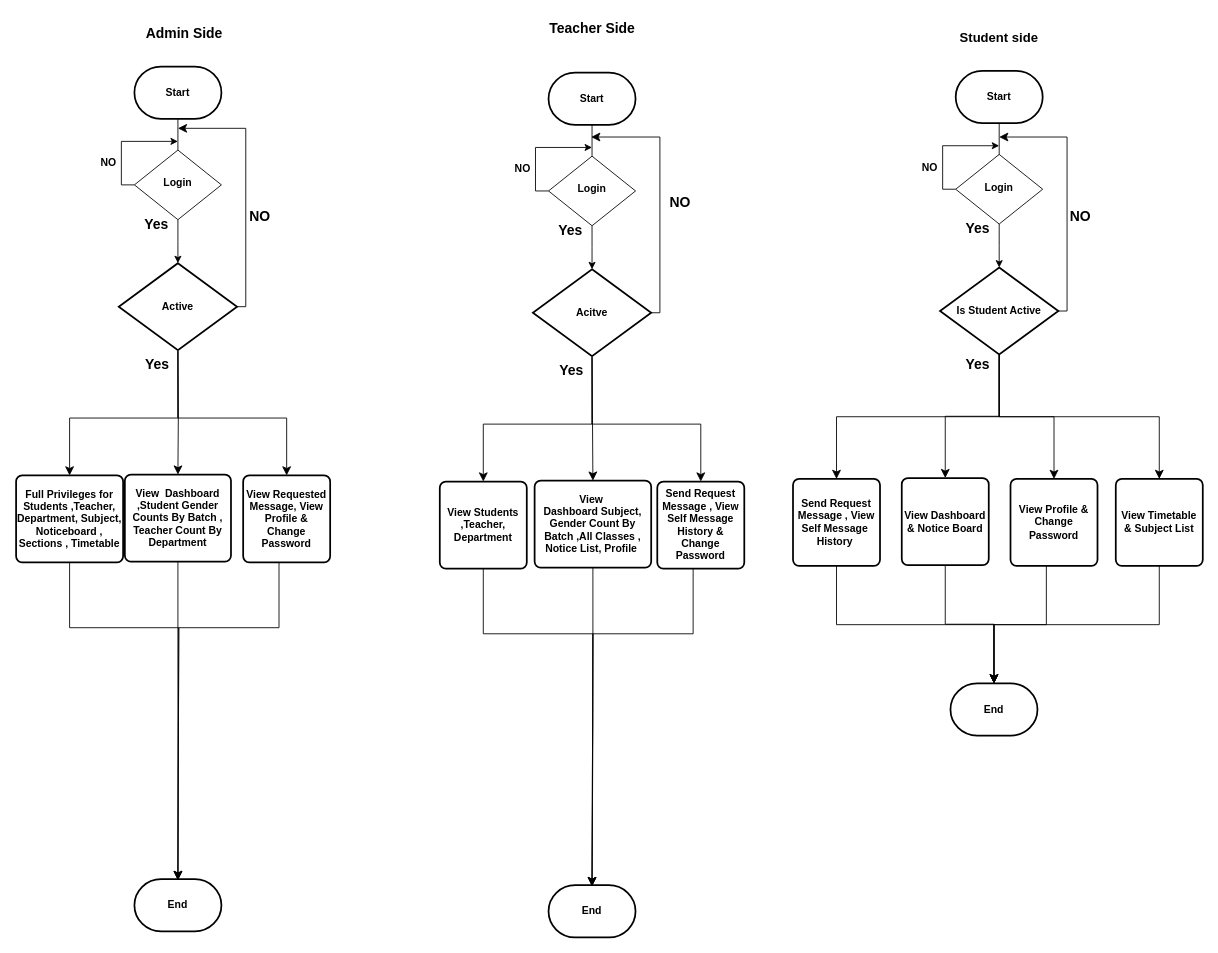
The draw.io diagram Untitled Diagram.drawio in KhunMaungNgwee/InternShipProject, before the edit. Source tidied: cells renumbered, new cells numbered last; positions are measured from the earlier drawing's top-left corner, leaving out a move shared by most shapes. Both pictures are drawn from the tidied source at 87%, with x=0, y=0 at pixel (16, 15).
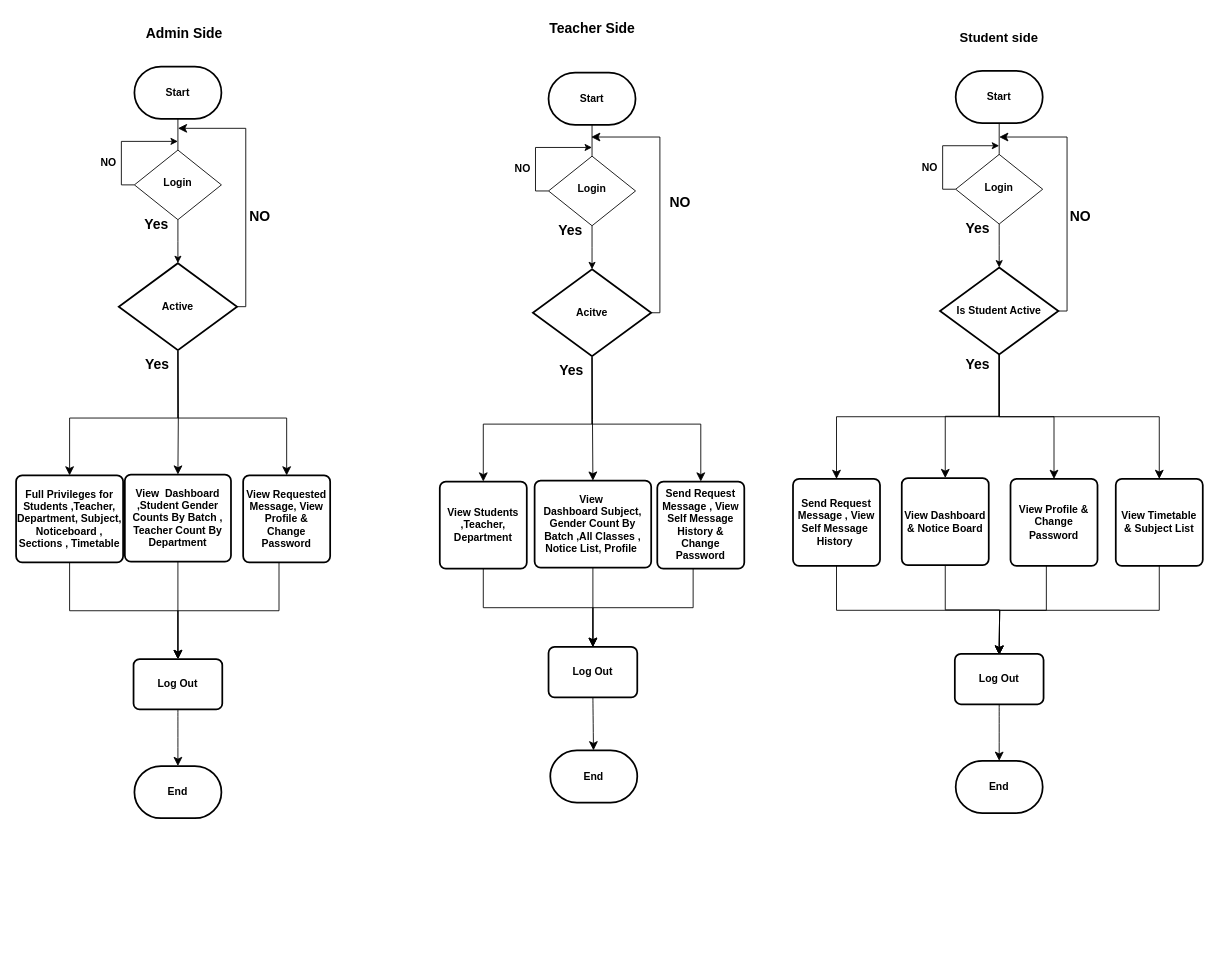
After the change.

The change refers to these unchanged cells:
```xml
<mxCell id="2" value="&lt;b&gt;View Dashboard&lt;/b&gt;&lt;div&gt;&lt;b&gt;&amp;amp; Notice Board&lt;/b&gt;&lt;/div&gt;" style="rounded=1;whiteSpace=wrap;html=1;absoluteArcSize=1;arcSize=14;strokeWidth=2;" parent="1" vertex="1">
  <mxGeometry x="1018" y="532" width="100" height="100" as="geometry" />
</mxCell>
<mxCell id="14" value="&lt;b&gt;Send Request Message , View Self Message&amp;nbsp; History&amp;nbsp;&lt;/b&gt;" style="rounded=1;whiteSpace=wrap;html=1;absoluteArcSize=1;arcSize=14;strokeWidth=2;" parent="1" vertex="1">
  <mxGeometry x="893" y="533" width="100" height="100" as="geometry" />
</mxCell>
<mxCell id="15" value="&lt;div&gt;&lt;b&gt;View Profile &amp;amp;&lt;/b&gt;&lt;/div&gt;&lt;b&gt;Change Password&lt;/b&gt;" style="rounded=1;whiteSpace=wrap;html=1;absoluteArcSize=1;arcSize=14;strokeWidth=2;" parent="1" vertex="1">
  <mxGeometry x="1143" y="533" width="100" height="100" as="geometry" />
</mxCell>
<mxCell id="17" value="&lt;b&gt;View Timetable&lt;/b&gt;&lt;div&gt;&lt;b&gt;&amp;amp; Subject List&lt;/b&gt;&lt;/div&gt;" style="rounded=1;whiteSpace=wrap;html=1;absoluteArcSize=1;arcSize=14;strokeWidth=2;" parent="1" vertex="1">
  <mxGeometry x="1264" y="533" width="100" height="100" as="geometry" />
</mxCell>
<mxCell id="26" value="&lt;b&gt;View&amp;nbsp; Dashboard&amp;nbsp;&lt;/b&gt;&lt;b&gt;Subject, Gender Count By Batch&amp;nbsp;&lt;/b&gt;&lt;b&gt;,All Classes , Notice List, Profile&amp;nbsp;&lt;/b&gt;" style="rounded=1;whiteSpace=wrap;html=1;absoluteArcSize=1;arcSize=14;strokeWidth=2;" parent="1" vertex="1">
  <mxGeometry x="596" y="535" width="134" height="100" as="geometry" />
</mxCell>
<mxCell id="37" value="&lt;b&gt;View Students ,Teacher, Department&lt;/b&gt;" style="rounded=1;whiteSpace=wrap;html=1;absoluteArcSize=1;arcSize=14;strokeWidth=2;" parent="1" vertex="1">
  <mxGeometry x="487" y="536" width="100" height="100" as="geometry" />
</mxCell>
<mxCell id="38" value="&lt;div&gt;&lt;b&gt;Send Request Message , View Self Message History &amp;amp;&lt;/b&gt;&lt;/div&gt;&lt;b&gt;Change Password&lt;/b&gt;" style="rounded=1;whiteSpace=wrap;html=1;absoluteArcSize=1;arcSize=14;strokeWidth=2;" parent="1" vertex="1">
  <mxGeometry x="737" y="536" width="100" height="100" as="geometry" />
</mxCell>
<mxCell id="46" value="&lt;b&gt;View&amp;nbsp; Dashboard ,Student Gender Counts By Batch , Teacher Count By Department&lt;/b&gt;" style="rounded=1;whiteSpace=wrap;html=1;absoluteArcSize=1;arcSize=14;strokeWidth=2;" parent="1" vertex="1">
  <mxGeometry x="125" y="528" width="122" height="100" as="geometry" />
</mxCell>
<mxCell id="57" value="&lt;b&gt;Full Privileges for Students ,Teacher, Department, Subject, Noticeboard , Sections , Timetable&lt;/b&gt;" style="rounded=1;whiteSpace=wrap;html=1;absoluteArcSize=1;arcSize=14;strokeWidth=2;" parent="1" vertex="1">
  <mxGeometry y="529" width="123" height="100" as="geometry" />
</mxCell>
<mxCell id="58" value="&lt;div&gt;&lt;b&gt;View Requested Message, View Profile &amp;amp;&lt;/b&gt;&lt;/div&gt;&lt;b&gt;Change Password&lt;/b&gt;" style="rounded=1;whiteSpace=wrap;html=1;absoluteArcSize=1;arcSize=14;strokeWidth=2;" parent="1" vertex="1">
  <mxGeometry x="261" y="529" width="100" height="100" as="geometry" />
</mxCell>
```

Diff of the diagram source:
```diff
@@
-    <mxCell id="21" value="&lt;b&gt;End&lt;/b&gt;" style="strokeWidth=2;html=1;shape=mxgraph.flowchart.terminator;whiteSpace=wrap;" parent="1" vertex="1">
-      <mxGeometry x="1074" y="768" width="100" height="60" as="geometry" />
-    </mxCell>
-    <mxCell id="22" style="endArrow=classic;html=1;rounded=0;fontSize=12;startSize=8;endSize=8;entryX=0.5;entryY=0;entryDx=0;entryDy=0;entryPerimeter=0;exitX=0.5;exitY=1;exitDx=0;exitDy=0;edgeStyle=orthogonalEdgeStyle;" parent="1" edge="1" source="14" target="21">
-      <mxGeometry relative="1" as="geometry" />
+    <mxCell id="22" style="endArrow=classic;html=1;rounded=0;fontSize=12;startSize=8;endSize=8;entryX=0.5;entryY=0;entryDx=0;entryDy=0;entryPerimeter=0;exitX=0.5;exitY=1;exitDx=0;exitDy=0;edgeStyle=orthogonalEdgeStyle;" parent="1" edge="1" source="14">
+      <mxGeometry relative="1" as="geometry">
+        <mxPoint x="1130" y="735" as="targetPoint" />
+      </mxGeometry>
     </mxCell>
-    <mxCell id="23" style="endArrow=classic;html=1;rounded=0;fontSize=12;startSize=8;endSize=8;entryX=0.5;entryY=0;entryDx=0;entryDy=0;entryPerimeter=0;exitX=0.5;exitY=1;exitDx=0;exitDy=0;edgeStyle=orthogonalEdgeStyle;" parent="1" edge="1" source="17" target="21">
-      <mxGeometry relative="1" as="geometry" />
+    <mxCell id="23" style="endArrow=classic;html=1;rounded=0;fontSize=12;startSize=8;endSize=8;entryX=0.5;entryY=0;entryDx=0;entryDy=0;entryPerimeter=0;exitX=0.5;exitY=1;exitDx=0;exitDy=0;edgeStyle=orthogonalEdgeStyle;" parent="1" edge="1" source="17">
+      <mxGeometry relative="1" as="geometry">
+        <mxPoint x="1130" y="735" as="targetPoint" />
+      </mxGeometry>
     </mxCell>
-    <mxCell id="24" style="endArrow=classic;html=1;rounded=0;fontSize=12;startSize=8;endSize=8;entryX=0.5;entryY=0;entryDx=0;entryDy=0;entryPerimeter=0;exitX=0.5;exitY=1;exitDx=0;exitDy=0;edgeStyle=orthogonalEdgeStyle;" parent="1" edge="1" source="2" target="21">
-      <mxGeometry relative="1" as="geometry" />
+    <mxCell id="24" style="endArrow=classic;html=1;rounded=0;fontSize=12;startSize=8;endSize=8;entryX=0.5;entryY=0;entryDx=0;entryDy=0;entryPerimeter=0;exitX=0.5;exitY=1;exitDx=0;exitDy=0;edgeStyle=orthogonalEdgeStyle;" parent="1" edge="1" source="2">
+      <mxGeometry relative="1" as="geometry">
+        <mxPoint x="1130" y="735" as="targetPoint" />
+      </mxGeometry>
     </mxCell>
-    <mxCell id="25" style="endArrow=classic;html=1;rounded=0;fontSize=12;startSize=8;endSize=8;entryX=0.5;entryY=0;entryDx=0;entryDy=0;entryPerimeter=0;exitX=0.412;exitY=0.999;exitDx=0;exitDy=0;exitPerimeter=0;edgeStyle=orthogonalEdgeStyle;" parent="1" edge="1" source="15" target="21">
-      <mxGeometry relative="1" as="geometry" />
+    <mxCell id="25" style="endArrow=classic;html=1;rounded=0;fontSize=12;startSize=8;endSize=8;entryX=0.5;entryY=0;entryDx=0;entryDy=0;entryPerimeter=0;exitX=0.412;exitY=0.999;exitDx=0;exitDy=0;exitPerimeter=0;edgeStyle=orthogonalEdgeStyle;" parent="1" edge="1" source="15">
+      <mxGeometry relative="1" as="geometry">
+        <mxPoint x="1130" y="735" as="targetPoint" />
+      </mxGeometry>
     </mxCell>
@@
-    <mxCell id="41" value="&lt;b&gt;End&lt;/b&gt;" style="strokeWidth=2;html=1;shape=mxgraph.flowchart.terminator;whiteSpace=wrap;" parent="1" vertex="1">
-      <mxGeometry x="612" y="1000" width="100" height="60" as="geometry" />
-    </mxCell>
-    <mxCell id="42" style="endArrow=classic;html=1;rounded=0;fontSize=12;startSize=8;endSize=8;entryX=0.5;entryY=0;entryDx=0;entryDy=0;entryPerimeter=0;exitX=0.5;exitY=1;exitDx=0;exitDy=0;edgeStyle=orthogonalEdgeStyle;" parent="1" edge="1" source="37">
-      <mxGeometry relative="1" as="geometry">
-        <mxPoint x="662" y="1001" as="targetPoint" />
-        <Array as="points">
-          <mxPoint x="537" y="711" />
-          <mxPoint x="663" y="711" />
-        </Array>
-      </mxGeometry>
+    <mxCell id="42" style="endArrow=classic;html=1;rounded=0;fontSize=12;startSize=8;endSize=8;entryX=0.5;entryY=0;entryDx=0;entryDy=0;exitX=0.5;exitY=1;exitDx=0;exitDy=0;edgeStyle=orthogonalEdgeStyle;" parent="1" edge="1" source="37" target="74">
+      <mxGeometry relative="1" as="geometry" />
     </mxCell>
-    <mxCell id="43" style="endArrow=classic;html=1;rounded=0;fontSize=12;startSize=8;endSize=8;entryX=0.5;entryY=0;entryDx=0;entryDy=0;entryPerimeter=0;exitX=0.5;exitY=1;exitDx=0;exitDy=0;edgeStyle=orthogonalEdgeStyle;" parent="1" edge="1" source="26">
-      <mxGeometry relative="1" as="geometry">
-        <mxPoint x="662" y="1001" as="targetPoint" />
-      </mxGeometry>
+    <mxCell id="43" style="endArrow=classic;html=1;rounded=0;fontSize=12;startSize=8;endSize=8;entryX=0.5;entryY=0;entryDx=0;entryDy=0;exitX=0.5;exitY=1;exitDx=0;exitDy=0;edgeStyle=orthogonalEdgeStyle;" parent="1" edge="1" source="26" target="74">
+      <mxGeometry relative="1" as="geometry" />
     </mxCell>
-    <mxCell id="44" style="endArrow=classic;html=1;rounded=0;fontSize=12;startSize=8;endSize=8;entryX=0.5;entryY=0;entryDx=0;entryDy=0;entryPerimeter=0;exitX=0.412;exitY=0.999;exitDx=0;exitDy=0;exitPerimeter=0;edgeStyle=orthogonalEdgeStyle;" parent="1" edge="1" source="38">
-      <mxGeometry relative="1" as="geometry">
-        <mxPoint x="662" y="1001" as="targetPoint" />
-        <Array as="points">
-          <mxPoint x="778" y="711" />
-          <mxPoint x="663" y="711" />
-        </Array>
-      </mxGeometry>
+    <mxCell id="44" style="endArrow=classic;html=1;rounded=0;fontSize=12;startSize=8;endSize=8;entryX=0.5;entryY=0;entryDx=0;entryDy=0;exitX=0.412;exitY=0.999;exitDx=0;exitDy=0;exitPerimeter=0;edgeStyle=orthogonalEdgeStyle;" parent="1" edge="1" source="38" target="74">
+      <mxGeometry relative="1" as="geometry" />
     </mxCell>
@@
     <mxCell id="61" value="&lt;b&gt;End&lt;/b&gt;" style="strokeWidth=2;html=1;shape=mxgraph.flowchart.terminator;whiteSpace=wrap;" parent="1" vertex="1">
-      <mxGeometry x="136" y="993" width="100" height="60" as="geometry" />
+      <mxGeometry x="136" y="863" width="100" height="60" as="geometry" />
     </mxCell>
-    <mxCell id="62" style="endArrow=classic;html=1;rounded=0;fontSize=12;startSize=8;endSize=8;entryX=0.5;entryY=0;entryDx=0;entryDy=0;entryPerimeter=0;exitX=0.5;exitY=1;exitDx=0;exitDy=0;edgeStyle=orthogonalEdgeStyle;" parent="1" edge="1" source="57">
-      <mxGeometry relative="1" as="geometry">
-        <mxPoint x="186" y="994" as="targetPoint" />
-        <Array as="points">
-          <mxPoint x="61" y="704" />
-          <mxPoint x="187" y="704" />
-        </Array>
-      </mxGeometry>
+    <mxCell id="62" style="endArrow=classic;html=1;rounded=0;fontSize=12;startSize=8;endSize=8;entryX=0.5;entryY=0;entryDx=0;entryDy=0;exitX=0.5;exitY=1;exitDx=0;exitDy=0;edgeStyle=orthogonalEdgeStyle;" parent="1" edge="1" source="57" target="71">
+      <mxGeometry relative="1" as="geometry" />
     </mxCell>
-    <mxCell id="63" style="endArrow=classic;html=1;rounded=0;fontSize=12;startSize=8;endSize=8;entryX=0.5;entryY=0;entryDx=0;entryDy=0;entryPerimeter=0;exitX=0.5;exitY=1;exitDx=0;exitDy=0;edgeStyle=orthogonalEdgeStyle;" parent="1" edge="1" source="46">
-      <mxGeometry relative="1" as="geometry">
-        <mxPoint x="186" y="994" as="targetPoint" />
-      </mxGeometry>
+    <mxCell id="63" style="endArrow=classic;html=1;rounded=0;fontSize=12;startSize=8;endSize=8;exitX=0.5;exitY=1;exitDx=0;exitDy=0;edgeStyle=orthogonalEdgeStyle;" parent="1" edge="1" source="46" target="71">
+      <mxGeometry relative="1" as="geometry" />
     </mxCell>
-    <mxCell id="64" style="endArrow=classic;html=1;rounded=0;fontSize=12;startSize=8;endSize=8;entryX=0.5;entryY=0;entryDx=0;entryDy=0;entryPerimeter=0;exitX=0.412;exitY=0.999;exitDx=0;exitDy=0;exitPerimeter=0;edgeStyle=orthogonalEdgeStyle;" parent="1" edge="1" source="58">
-      <mxGeometry relative="1" as="geometry">
-        <mxPoint x="186" y="994" as="targetPoint" />
-        <Array as="points">
-          <mxPoint x="302" y="704" />
-          <mxPoint x="187" y="704" />
-        </Array>
-      </mxGeometry>
+    <mxCell id="64" style="endArrow=classic;html=1;rounded=0;fontSize=12;startSize=8;endSize=8;entryX=0.5;entryY=0;entryDx=0;entryDy=0;exitX=0.412;exitY=0.999;exitDx=0;exitDy=0;exitPerimeter=0;edgeStyle=orthogonalEdgeStyle;" parent="1" edge="1" source="58" target="71">
+      <mxGeometry relative="1" as="geometry" />
     </mxCell>
@@
+    <mxCell id="71" value="&lt;b&gt;Log Out&lt;/b&gt;" style="rounded=1;whiteSpace=wrap;html=1;absoluteArcSize=1;arcSize=14;strokeWidth=2;" parent="1" vertex="1">
+      <mxGeometry x="135" y="740" width="102" height="58" as="geometry" />
+    </mxCell>
+    <mxCell id="72" style="endArrow=classic;html=1;rounded=0;fontSize=12;startSize=8;endSize=8;curved=1;exitX=0.5;exitY=1;exitDx=0;exitDy=0;" parent="1" edge="1" source="71" target="61">
+      <mxGeometry relative="1" as="geometry" />
+    </mxCell>
+    <mxCell id="73" value="&lt;b&gt;End&lt;/b&gt;" style="strokeWidth=2;html=1;shape=mxgraph.flowchart.terminator;whiteSpace=wrap;" parent="1" vertex="1">
+      <mxGeometry x="614" y="845" width="100" height="60" as="geometry" />
+    </mxCell>
+    <mxCell id="74" value="&lt;b&gt;Log Out&lt;/b&gt;" style="rounded=1;whiteSpace=wrap;html=1;absoluteArcSize=1;arcSize=14;strokeWidth=2;" parent="1" vertex="1">
+      <mxGeometry x="612" y="726" width="102" height="58" as="geometry" />
+    </mxCell>
+    <mxCell id="75" style="endArrow=classic;html=1;rounded=0;fontSize=12;startSize=8;endSize=8;curved=1;exitX=0.5;exitY=1;exitDx=0;exitDy=0;" parent="1" edge="1" source="74" target="73">
+      <mxGeometry relative="1" as="geometry" />
+    </mxCell>
+    <mxCell id="76" value="&lt;b&gt;End&lt;/b&gt;" style="strokeWidth=2;html=1;shape=mxgraph.flowchart.terminator;whiteSpace=wrap;" parent="1" vertex="1">
+      <mxGeometry x="1080" y="857" width="100" height="60" as="geometry" />
+    </mxCell>
+    <mxCell id="77" value="&lt;b&gt;Log Out&lt;/b&gt;" style="rounded=1;whiteSpace=wrap;html=1;absoluteArcSize=1;arcSize=14;strokeWidth=2;" parent="1" vertex="1">
+      <mxGeometry x="1079" y="734" width="102" height="58" as="geometry" />
+    </mxCell>
+    <mxCell id="78" style="endArrow=classic;html=1;rounded=0;fontSize=12;startSize=8;endSize=8;curved=1;exitX=0.5;exitY=1;exitDx=0;exitDy=0;" parent="1" edge="1" source="77" target="76">
+      <mxGeometry relative="1" as="geometry" />
+    </mxCell>
```
